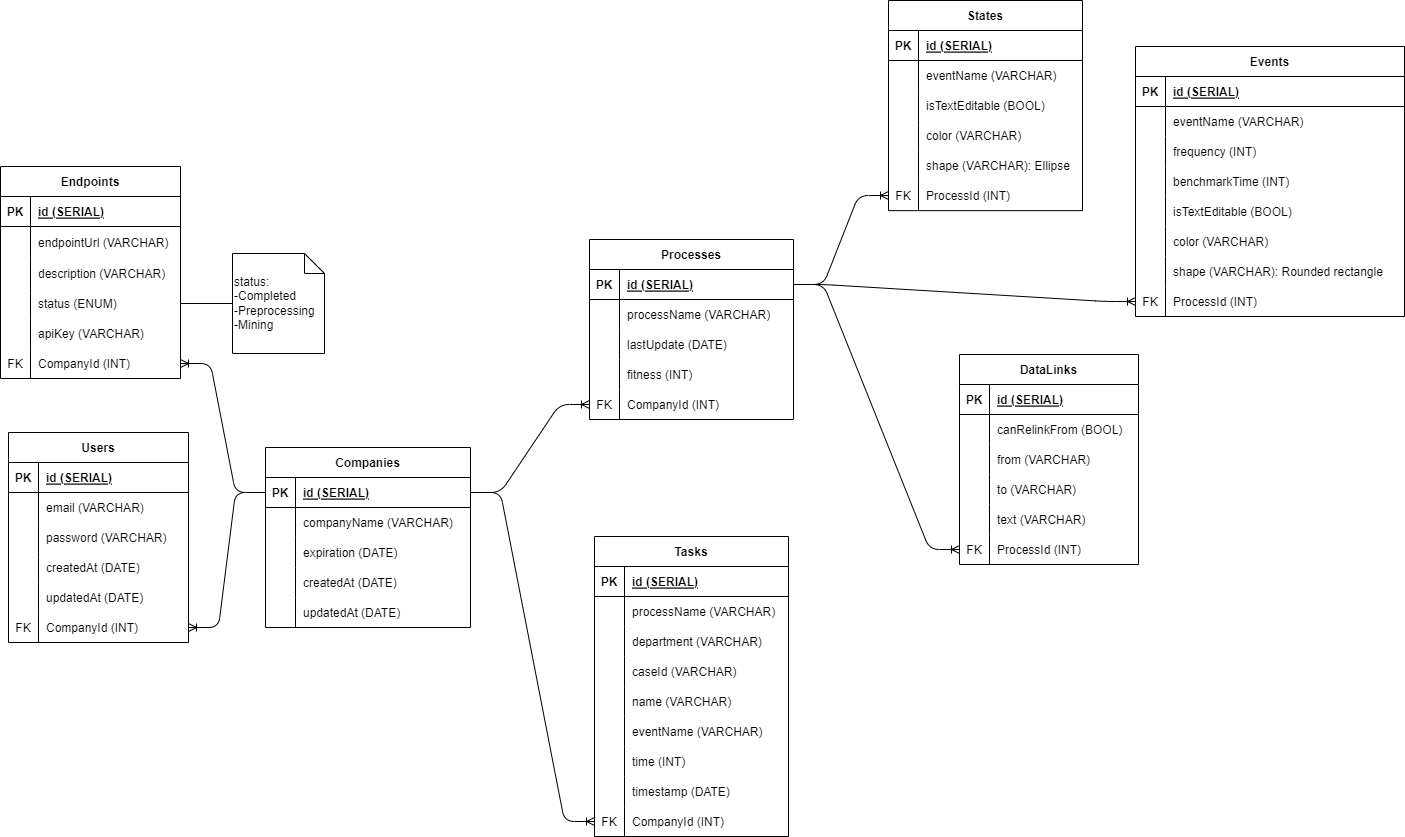
Above: docs/ERD.drawio.png in Alexwilliam112/synapse (draw.io), before the change. Source tidied: cells renumbered, new cells last; positions are measured from the earlier drawing's top-left corner, leaving out a move shared by most shapes.
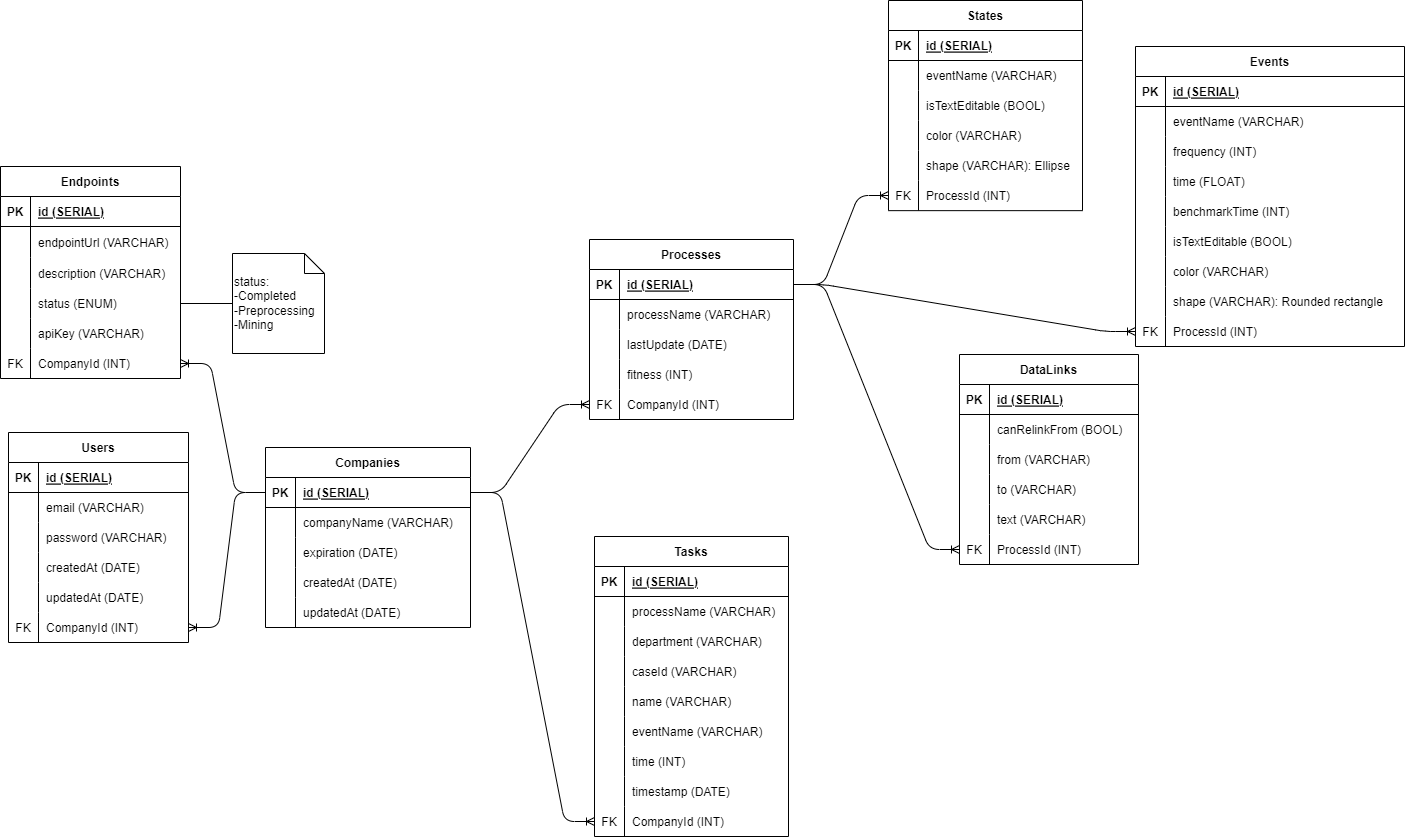
After the commit.

Commit message:
docs: Added architecture tree map

The edit, as a diff of the source:
```diff
@@ -219,7 +219,7 @@
       <mxGeometry relative="1" as="geometry" />
     </mxCell>
     <mxCell id="74" value="Events" style="shape=table;startSize=30;rowLines=0;fontStyle=1;align=center;" parent="1" vertex="1">
-      <mxGeometry x="1135" y="46" width="269" height="270" as="geometry" />
+      <mxGeometry x="1135" y="46" width="269" height="300" as="geometry" />
     </mxCell>
     <mxCell id="75" style="shape=tableRow;horizontal=0;startSize=0;swimlaneHead=0;swimlaneBody=0;fillColor=none;top=0;left=0;right=0;bottom=1;" parent="74" vertex="1">
       <mxGeometry y="30" width="269" height="30" as="geometry" />
@@ -248,8 +248,17 @@
     <mxCell id="83" value="frequency (INT)" style="shape=partialRectangle;fillColor=none;top=0;left=0;bottom=0;right=0;align=left;spacingLeft=6;overflow=hidden;" parent="81" vertex="1">
       <mxGeometry x="30" width="239" height="30" as="geometry" />
     </mxCell>
+    <mxCell id="172" style="shape=tableRow;horizontal=0;startSize=0;swimlaneHead=0;swimlaneBody=0;fillColor=none;top=0;left=0;right=0;bottom=0;" parent="74" vertex="1">
+      <mxGeometry y="120" width="269" height="30" as="geometry" />
+    </mxCell>
+    <mxCell id="173" style="shape=partialRectangle;fillColor=none;top=0;left=0;bottom=0;right=0;overflow=hidden;" parent="172" vertex="1">
+      <mxGeometry width="30" height="30" as="geometry" />
+    </mxCell>
+    <mxCell id="174" value="time (FLOAT)" style="shape=partialRectangle;fillColor=none;top=0;left=0;bottom=0;right=0;align=left;spacingLeft=6;overflow=hidden;" parent="172" vertex="1">
+      <mxGeometry x="30" width="239" height="30" as="geometry" />
+    </mxCell>
     <mxCell id="84" style="shape=tableRow;horizontal=0;startSize=0;swimlaneHead=0;swimlaneBody=0;fillColor=none;top=0;left=0;right=0;bottom=0;" parent="74" vertex="1">
-      <mxGeometry y="120" width="269" height="30" as="geometry" />
+      <mxGeometry y="150" width="269" height="30" as="geometry" />
     </mxCell>
     <mxCell id="85" style="shape=partialRectangle;fillColor=none;top=0;left=0;bottom=0;right=0;overflow=hidden;" parent="84" vertex="1">
       <mxGeometry width="30" height="30" as="geometry" />
@@ -258,7 +267,7 @@
       <mxGeometry x="30" width="239" height="30" as="geometry" />
     </mxCell>
     <mxCell id="87" style="shape=tableRow;horizontal=0;startSize=0;swimlaneHead=0;swimlaneBody=0;fillColor=none;top=0;left=0;right=0;bottom=0;" parent="74" vertex="1">
-      <mxGeometry y="150" width="269" height="30" as="geometry" />
+      <mxGeometry y="180" width="269" height="30" as="geometry" />
     </mxCell>
     <mxCell id="88" style="shape=partialRectangle;fillColor=none;top=0;left=0;bottom=0;right=0;overflow=hidden;" parent="87" vertex="1">
       <mxGeometry width="30" height="30" as="geometry" />
@@ -267,7 +276,7 @@
       <mxGeometry x="30" width="239" height="30" as="geometry" />
     </mxCell>
     <mxCell id="90" style="shape=tableRow;horizontal=0;startSize=0;swimlaneHead=0;swimlaneBody=0;fillColor=none;top=0;left=0;right=0;bottom=0;" parent="74" vertex="1">
-      <mxGeometry y="180" width="269" height="30" as="geometry" />
+      <mxGeometry y="210" width="269" height="30" as="geometry" />
     </mxCell>
     <mxCell id="91" style="shape=partialRectangle;fillColor=none;top=0;left=0;bottom=0;right=0;overflow=hidden;" parent="90" vertex="1">
       <mxGeometry width="30" height="30" as="geometry" />
@@ -276,7 +285,7 @@
       <mxGeometry x="30" width="239" height="30" as="geometry" />
     </mxCell>
     <mxCell id="93" style="shape=tableRow;horizontal=0;startSize=0;swimlaneHead=0;swimlaneBody=0;fillColor=none;top=0;left=0;right=0;bottom=0;" parent="74" vertex="1">
-      <mxGeometry y="210" width="269" height="30" as="geometry" />
+      <mxGeometry y="240" width="269" height="30" as="geometry" />
     </mxCell>
     <mxCell id="94" style="shape=partialRectangle;fillColor=none;top=0;left=0;bottom=0;right=0;overflow=hidden;" parent="93" vertex="1">
       <mxGeometry width="30" height="30" as="geometry" />
@@ -285,7 +294,7 @@
       <mxGeometry x="30" width="239" height="30" as="geometry" />
     </mxCell>
     <mxCell id="96" style="shape=tableRow;horizontal=0;startSize=0;swimlaneHead=0;swimlaneBody=0;fillColor=none;points=[[0,0.5],[1,0.5]];portConstraint=eastwest;top=0;left=0;right=0;bottom=0;" parent="74" vertex="1">
-      <mxGeometry y="240" width="269" height="30" as="geometry" />
+      <mxGeometry y="270" width="269" height="30" as="geometry" />
     </mxCell>
     <mxCell id="97" value="FK" style="shape=partialRectangle;fillColor=none;top=0;left=0;bottom=0;right=0;overflow=hidden;" parent="96" vertex="1">
       <mxGeometry width="30" height="30" as="geometry" />
```
